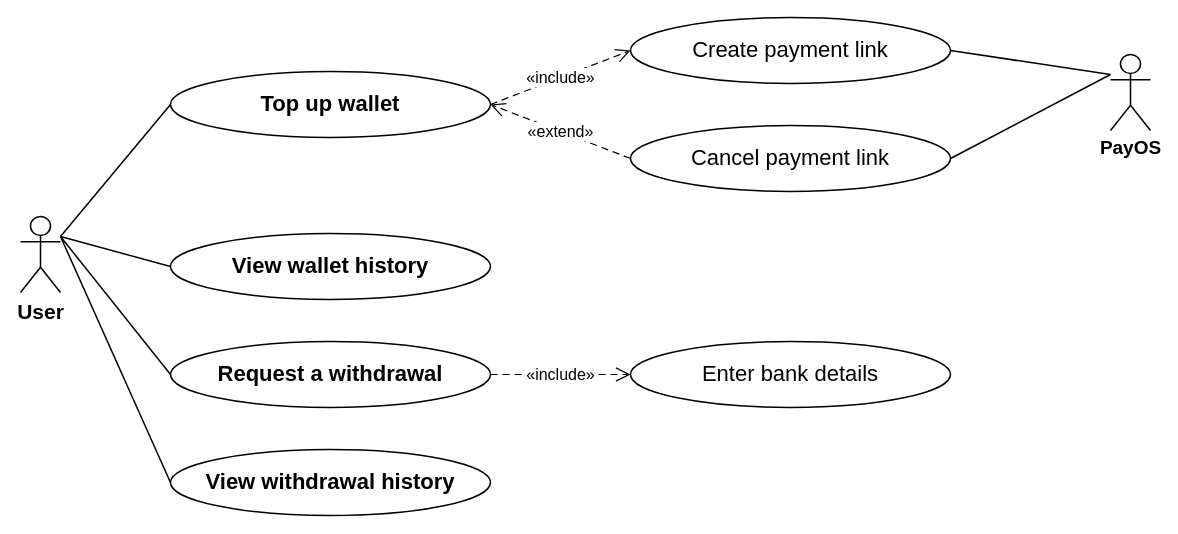
Above: page "UC04 Wallet" (3 of 13) of docs/system-design/drawio/12-slide-diagrams.drawio in tdat-dev/Zoldify_Backend (draw.io), before the change. Source tidied: cells renumbered, new cells numbered last; positions are measured from the earlier drawing's top-left corner, leaving out a move shared by most shapes. Both pictures are drawn from the tidied source at 100%, with x=0, y=0 at pixel (20, 17).
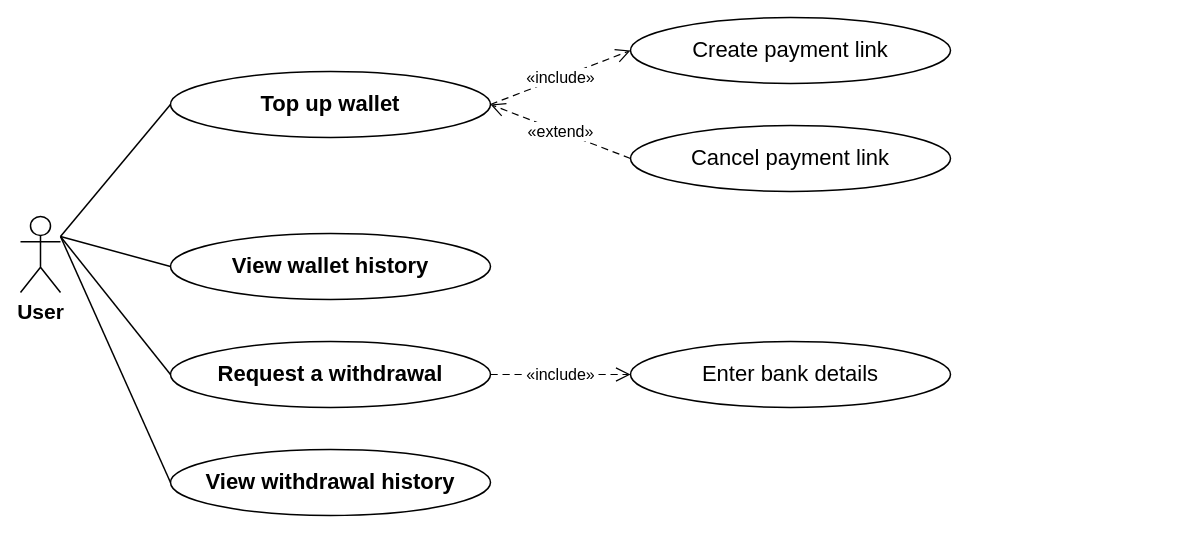
Above is the later version.

What changed in the source:
```diff
@@
 <mxGraphModel>
   <root>
     <mxCell id="0" />
     <mxCell id="1" parent="0" />
     <mxCell id="2" value="User" style="shape=umlActor;verticalLabelPosition=bottom;verticalAlign=top;html=1;outlineConnect=0;fontSize=21;fontStyle=1;fillColor=#FFFFFF;strokeColor=#000000;strokeWidth=1.5;fontFamily=Helvetica;fontColor=#000000;" parent="1" vertex="1">
       <mxGeometry y="199" width="40" height="76" as="geometry" />
     </mxCell>
     <mxCell id="3" value="Top up wallet" style="ellipse;whiteSpace=wrap;html=1;fontSize=22;fontStyle=1;fillColor=#FFFFFF;strokeColor=#000000;strokeWidth=1.5;spacing=2;fontFamily=Helvetica;fontColor=#000000;" parent="1" vertex="1">
       <mxGeometry x="150" y="54" width="320" height="66" as="geometry" />
     </mxCell>
     <mxCell id="4" style="edgeStyle=none;html=1;rounded=0;endArrow=none;strokeColor=#000000;strokeWidth=1.5;exitX=1.0000;exitY=0.2632;exitDx=0;exitDy=0;exitPerimeter=0;entryX=0.0000;entryY=0.5000;entryDx=0;entryDy=0;entryPerimeter=0;" parent="1" edge="1" source="2" target="3">
       <mxGeometry relative="1" as="geometry" />
     </mxCell>
     <mxCell id="5" value="Create payment link" style="ellipse;whiteSpace=wrap;html=1;fontSize=22;fontStyle=0;fillColor=#FFFFFF;strokeColor=#000000;strokeWidth=1.5;spacing=2;fontFamily=Helvetica;fontColor=#000000;" parent="1" vertex="1">
       <mxGeometry x="610" width="320" height="66" as="geometry" />
     </mxCell>
     <mxCell id="6" value="«include»" style="edgeStyle=none;html=1;rounded=0;dashed=1;dashPattern=6 4;endArrow=open;endFill=0;endSize=12;strokeColor=#000000;strokeWidth=1.2;fontSize=16;labelBackgroundColor=#FFFFFF;fontFamily=Helvetica;fontColor=#000000;exitX=1.0000;exitY=0.5000;exitDx=0;exitDy=0;exitPerimeter=0;entryX=0.0000;entryY=0.5000;entryDx=0;entryDy=0;entryPerimeter=0;" parent="1" edge="1" source="3" target="5">
       <mxGeometry relative="1" as="geometry" />
     </mxCell>
     <mxCell id="7" value="Cancel payment link" style="ellipse;whiteSpace=wrap;html=1;fontSize=22;fontStyle=0;fillColor=#FFFFFF;strokeColor=#000000;strokeWidth=1.5;spacing=2;fontFamily=Helvetica;fontColor=#000000;" parent="1" vertex="1">
       <mxGeometry x="610" y="108" width="320" height="66" as="geometry" />
     </mxCell>
     <mxCell id="8" value="«extend»" style="edgeStyle=none;html=1;rounded=0;dashed=1;dashPattern=6 4;endArrow=open;endFill=0;endSize=12;strokeColor=#000000;strokeWidth=1.2;fontSize=16;labelBackgroundColor=#FFFFFF;fontFamily=Helvetica;fontColor=#000000;exitX=0.0000;exitY=0.5000;exitDx=0;exitDy=0;exitPerimeter=0;entryX=1.0000;entryY=0.5000;entryDx=0;entryDy=0;entryPerimeter=0;" parent="1" edge="1" source="7" target="3">
       <mxGeometry relative="1" as="geometry" />
     </mxCell>
     <mxCell id="9" value="View wallet history" style="ellipse;whiteSpace=wrap;html=1;fontSize=22;fontStyle=1;fillColor=#FFFFFF;strokeColor=#000000;strokeWidth=1.5;spacing=2;fontFamily=Helvetica;fontColor=#000000;" parent="1" vertex="1">
       <mxGeometry x="150" y="216" width="320" height="66" as="geometry" />
     </mxCell>
     <mxCell id="10" style="edgeStyle=none;html=1;rounded=0;endArrow=none;strokeColor=#000000;strokeWidth=1.5;exitX=1.0000;exitY=0.2632;exitDx=0;exitDy=0;exitPerimeter=0;entryX=0.0000;entryY=0.5000;entryDx=0;entryDy=0;entryPerimeter=0;" parent="1" edge="1" source="2" target="9">
       <mxGeometry relative="1" as="geometry" />
     </mxCell>
     <mxCell id="11" value="Request a withdrawal" style="ellipse;whiteSpace=wrap;html=1;fontSize=22;fontStyle=1;fillColor=#FFFFFF;strokeColor=#000000;strokeWidth=1.5;spacing=2;fontFamily=Helvetica;fontColor=#000000;" parent="1" vertex="1">
       <mxGeometry x="150" y="324" width="320" height="66" as="geometry" />
     </mxCell>
     <mxCell id="12" style="edgeStyle=none;html=1;rounded=0;endArrow=none;strokeColor=#000000;strokeWidth=1.5;exitX=1.0000;exitY=0.2632;exitDx=0;exitDy=0;exitPerimeter=0;entryX=0.0000;entryY=0.5000;entryDx=0;entryDy=0;entryPerimeter=0;" parent="1" edge="1" source="2" target="11">
       <mxGeometry relative="1" as="geometry" />
     </mxCell>
     <mxCell id="13" value="Enter bank details" style="ellipse;whiteSpace=wrap;html=1;fontSize=22;fontStyle=0;fillColor=#FFFFFF;strokeColor=#000000;strokeWidth=1.5;spacing=2;fontFamily=Helvetica;fontColor=#000000;" parent="1" vertex="1">
       <mxGeometry x="610" y="324" width="320" height="66" as="geometry" />
     </mxCell>
     <mxCell id="14" value="«include»" style="edgeStyle=none;html=1;rounded=0;dashed=1;dashPattern=6 4;endArrow=open;endFill=0;endSize=12;strokeColor=#000000;strokeWidth=1.2;fontSize=16;labelBackgroundColor=#FFFFFF;fontFamily=Helvetica;fontColor=#000000;exitX=1.0000;exitY=0.5000;exitDx=0;exitDy=0;exitPerimeter=0;entryX=0.0000;entryY=0.5000;entryDx=0;entryDy=0;entryPerimeter=0;" parent="1" edge="1" source="11" target="13">
       <mxGeometry relative="1" as="geometry" />
     </mxCell>
     <mxCell id="15" value="View withdrawal history" style="ellipse;whiteSpace=wrap;html=1;fontSize=22;fontStyle=1;fillColor=#FFFFFF;strokeColor=#000000;strokeWidth=1.5;spacing=2;fontFamily=Helvetica;fontColor=#000000;" parent="1" vertex="1">
       <mxGeometry x="150" y="432" width="320" height="66" as="geometry" />
     </mxCell>
     <mxCell id="16" style="edgeStyle=none;html=1;rounded=0;endArrow=none;strokeColor=#000000;strokeWidth=1.5;exitX=1.0000;exitY=0.2632;exitDx=0;exitDy=0;exitPerimeter=0;entryX=0.0000;entryY=0.5000;entryDx=0;entryDy=0;entryPerimeter=0;" parent="1" edge="1" source="2" target="15">
       <mxGeometry relative="1" as="geometry" />
     </mxCell>
-    <mxCell id="17" value="PayOS" style="shape=umlActor;verticalLabelPosition=bottom;verticalAlign=top;html=1;outlineConnect=0;fontSize=19;fontStyle=1;fillColor=#FFFFFF;strokeColor=#000000;strokeWidth=1.5;fontFamily=Helvetica;fontColor=#000000;" parent="1" vertex="1">
-      <mxGeometry x="1090" y="37" width="40" height="76" as="geometry" />
-    </mxCell>
-    <mxCell id="18" style="edgeStyle=none;html=1;rounded=0;endArrow=none;strokeColor=#000000;strokeWidth=1.5;exitX=1.0000;exitY=0.5000;exitDx=0;exitDy=0;exitPerimeter=0;entryX=0.0000;entryY=0.2632;entryDx=0;entryDy=0;entryPerimeter=0;" parent="1" edge="1" source="5" target="17">
-      <mxGeometry relative="1" as="geometry" />
-    </mxCell>
-    <mxCell id="19" style="edgeStyle=none;html=1;rounded=0;endArrow=none;strokeColor=#000000;strokeWidth=1.5;exitX=1.0000;exitY=0.5000;exitDx=0;exitDy=0;exitPerimeter=0;entryX=0.0000;entryY=0.2632;entryDx=0;entryDy=0;entryPerimeter=0;" parent="1" edge="1" source="7" target="17">
-      <mxGeometry relative="1" as="geometry" />
-    </mxCell>
   </root>
 </mxGraphModel>
```
